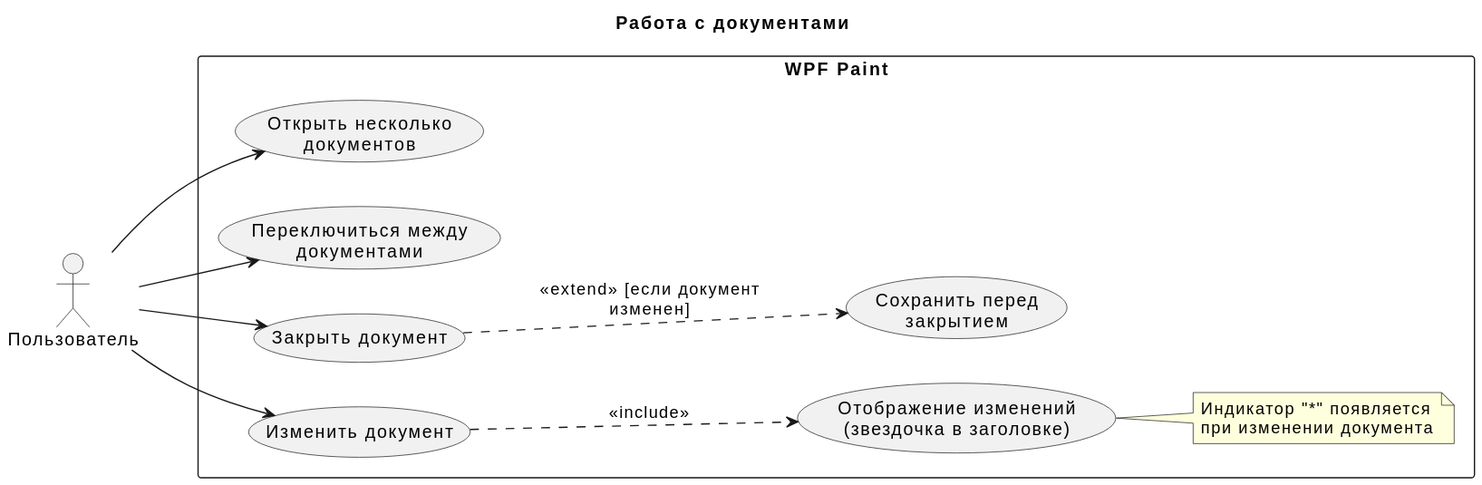
This is UML/Работа с документами.svg from ObemaM/WPFPaint, a PlantUML export, as it was before one commit. The source it was exported from:
```plantuml
@startuml
title Работа с документами
left to right direction

actor Пользователь

rectangle "WPF Paint" {
    usecase "Открыть несколько\nдокументов" as UC_MultiDoc
    usecase "Переключиться между\nдокументами" as UC_Switch
    usecase "Закрыть документ" as UC_Close
    usecase "Изменить документ" as draw
    usecase "Отображение изменений\n(звездочка в заголовке)" as UC_Modified
    usecase "Сохранить перед\nзакрытием" as UC_SaveBeforeClose

    note right of UC_Modified
        Индикатор "*" появляется
        при изменении документа
    end note
}


Пользователь --> draw
Пользователь --> UC_MultiDoc
Пользователь --> UC_Switch
Пользователь --> UC_Close

UC_Close ..> UC_SaveBeforeClose : <<extend>> [если документ\nизменен]
draw ..> UC_Modified : <<include>>
@enduml
```
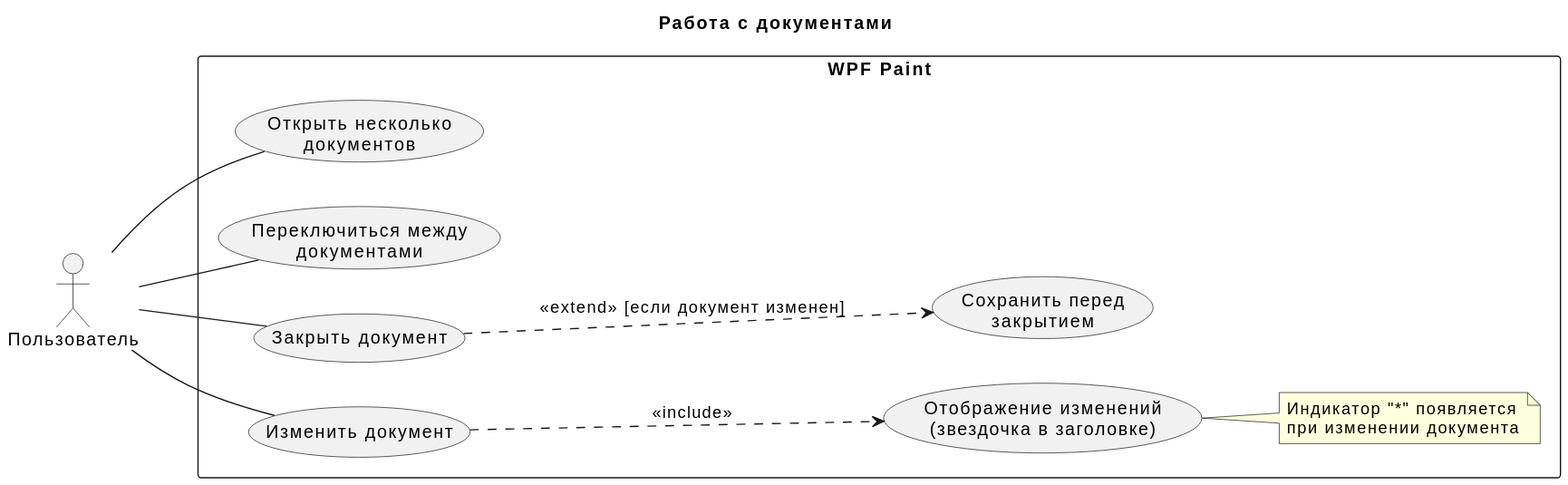
After the change.

What changed in the source:
```diff
@@ -8,9 +8,10 @@
     usecase "Открыть несколько\nдокументов" as UC_MultiDoc
     usecase "Переключиться между\nдокументами" as UC_Switch
     usecase "Закрыть документ" as UC_Close
-    usecase "Изменить документ" as draw
     usecase "Отображение изменений\n(звездочка в заголовке)" as UC_Modified
     usecase "Сохранить перед\nзакрытием" as UC_SaveBeforeClose
+    usecase "Изменить документ" as draw
+
 
     note right of UC_Modified
         Индикатор "*" появляется
@@ -18,12 +19,11 @@
     end note
 }
 
+Пользователь -- UC_MultiDoc
+Пользователь -- UC_Switch
+Пользователь -- draw
+Пользователь -- UC_Close
 
-Пользователь --> draw
-Пользователь --> UC_MultiDoc
-Пользователь --> UC_Switch
-Пользователь --> UC_Close
-
-UC_Close ..> UC_SaveBeforeClose : <<extend>> [если документ\nизменен]
+UC_Close ..> UC_SaveBeforeClose : <<extend>> [если документ изменен]
 draw ..> UC_Modified : <<include>>
 @enduml
```
